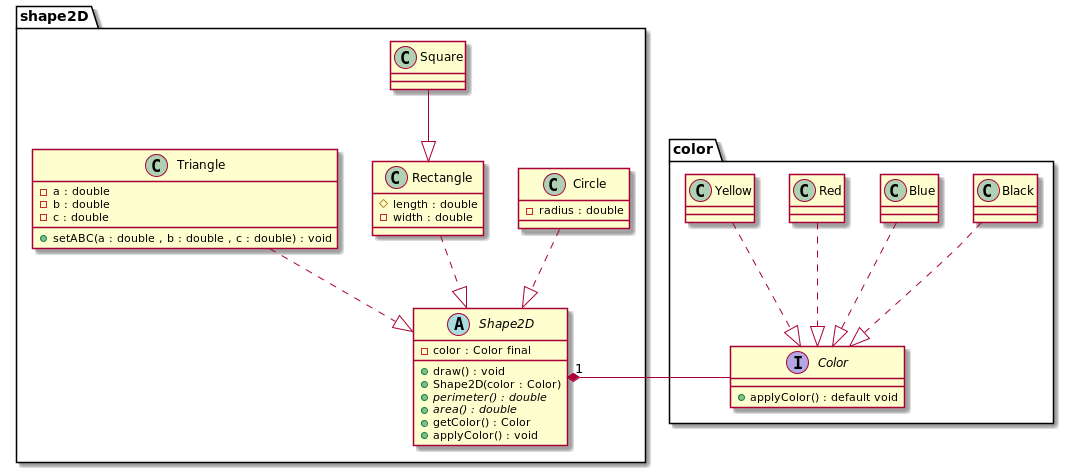
Above: src/main/java/com/rezahdrm/structural/bridge/bridgeUML.png in reza-hdrm/DesignPatterns (PlantUML), before the change. The source it was exported from:
```plantuml
@startuml

package shape2D{

    abstract class Shape2D{
        - color : Color final
        + draw() : void
        + Shape2D(color : Color)
        + {abstract} perimeter() : double
        + {abstract} area() : double
        + getColor() : Color
        + applyColor() : void
    }

    class Circle{
    - radius : double
    }

    class Rectangle{
    # length : double
    - width : double
    }

    class Square{

    }
    class Triangle{
        - a : double
        - b : double
        - c : double

        + setABC(a : double , b : double , c : double) : void
    }
    Circle ..|> Shape2D
    Rectangle ..|> Shape2D
    Square --|> Rectangle
    Triangle ..|> Shape2D

}

package color{
    interface Color{
        + applyColor() : default void
    }

    class Black{
    }

    class Blue{
    }

    class Red{
    }

    class Yellow{
    }

    Black ..|> Color
    Blue ..|> Color
    Red ..|> Color
    Yellow ..|> Color

}

Shape2D "1"*- Color

@enduml
```
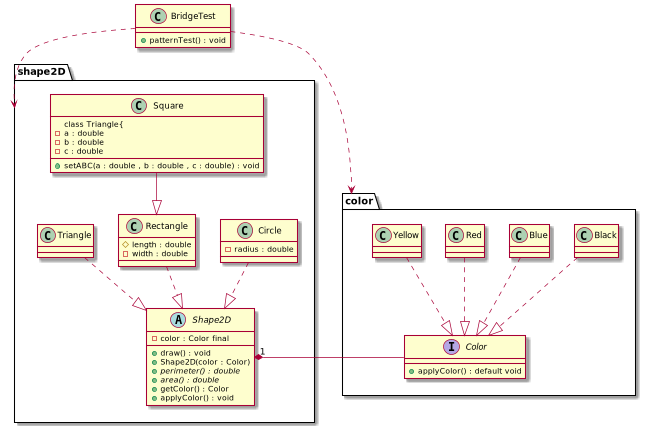
Above is the later version.

Diff of the diagram source:
```diff
@@ -22,8 +22,6 @@
     }
 
     class Square{
-
-    }
     class Triangle{
         - a : double
         - b : double
@@ -38,22 +36,15 @@
 
 }
 
-package color{
-    interface Color{
+package color {
+    interface Color {
         + applyColor() : default void
     }
 
-    class Black{
-    }
-
-    class Blue{
-    }
-
-    class Red{
-    }
-
-    class Yellow{
-    }
+    class Black
+    class Blue
+    class Red
+    class Yellow
 
     Black ..|> Color
     Blue ..|> Color
@@ -62,6 +53,12 @@
 
 }
 
+class BridgeTest {
+    + patternTest() : void
+}
+
+BridgeTest ..> color
+BridgeTest ..> shape2D
 Shape2D "1"*- Color
 
 @enduml
```
